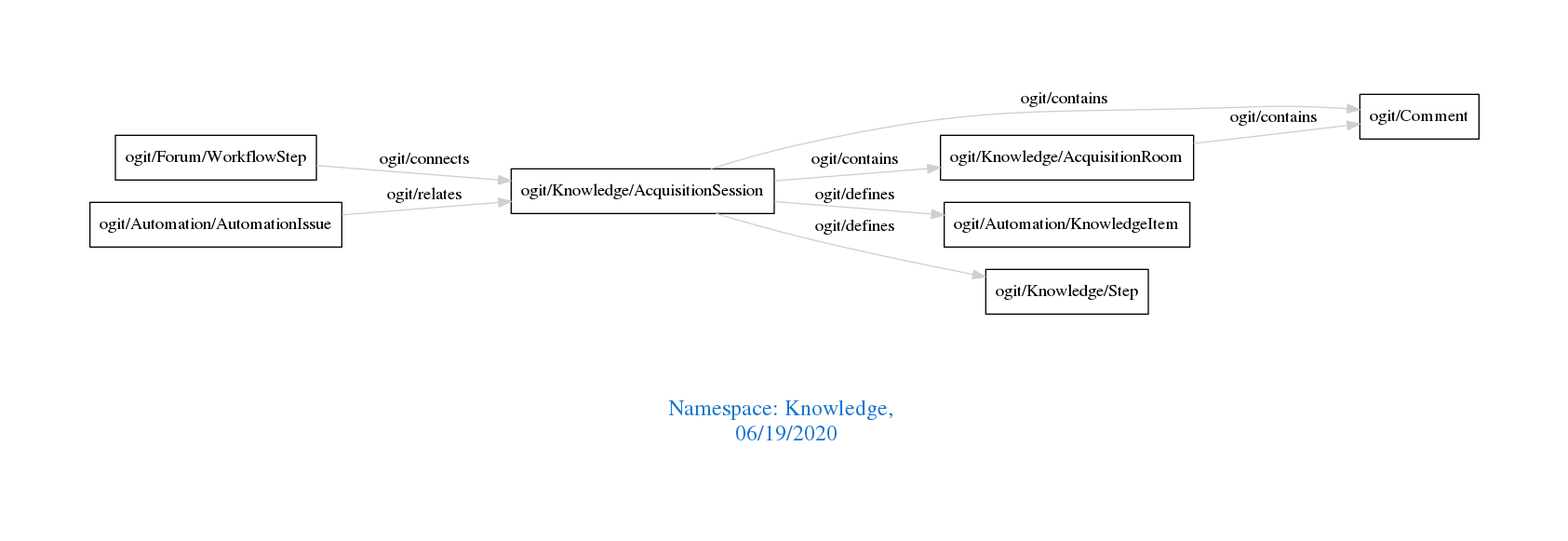
The Graphviz diagram downloads/Knowledge.png in arago/OGIT, before a commit. Its source is kept beside it as downloads/Knowledge.dot.
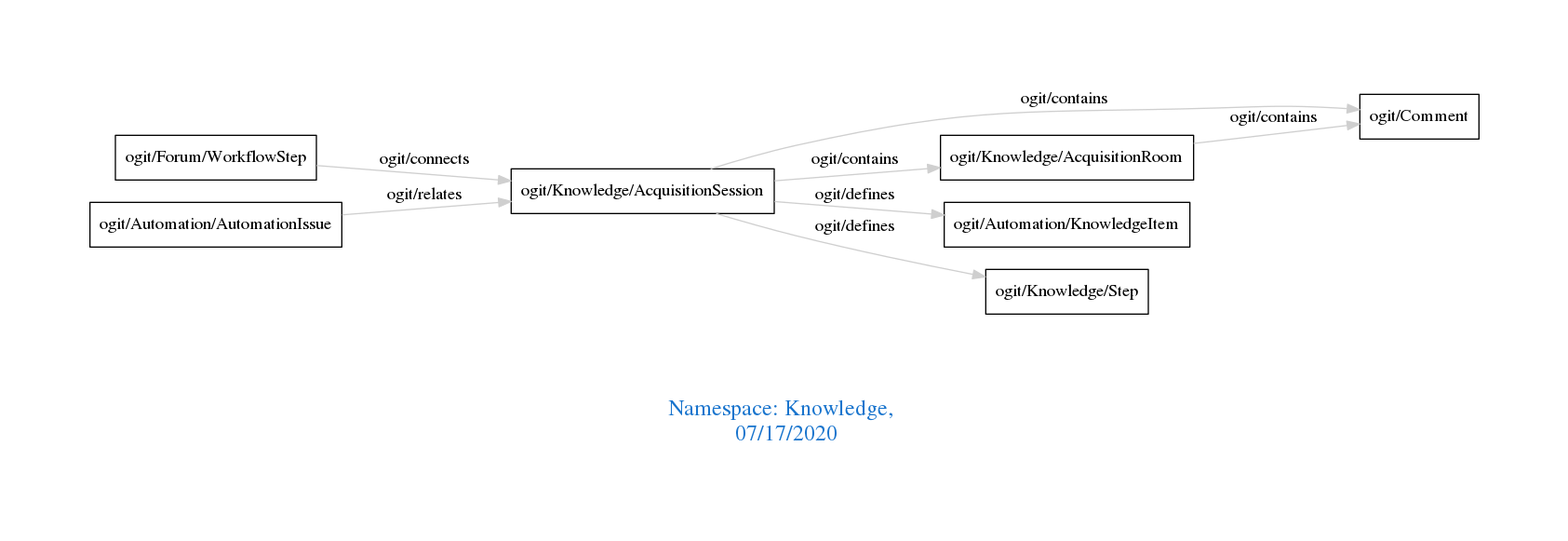
The same diagram one commit later.

Diff of the diagram source:
```diff
@@ -1,7 +1,7 @@
 digraph OGIT_ontology {
  graph [ rankdir= LR,pad=1
 fontsize = 18,
-fontcolor= dodgerblue3,label = "\n\n\nNamespace: Knowledge, \n 06/19/2020"];
+fontcolor= dodgerblue3,label = "\n\n\nNamespace: Knowledge, \n 07/17/2020"];
 node[shape=polygon];
 edge [  color="gray81"];
 
```
